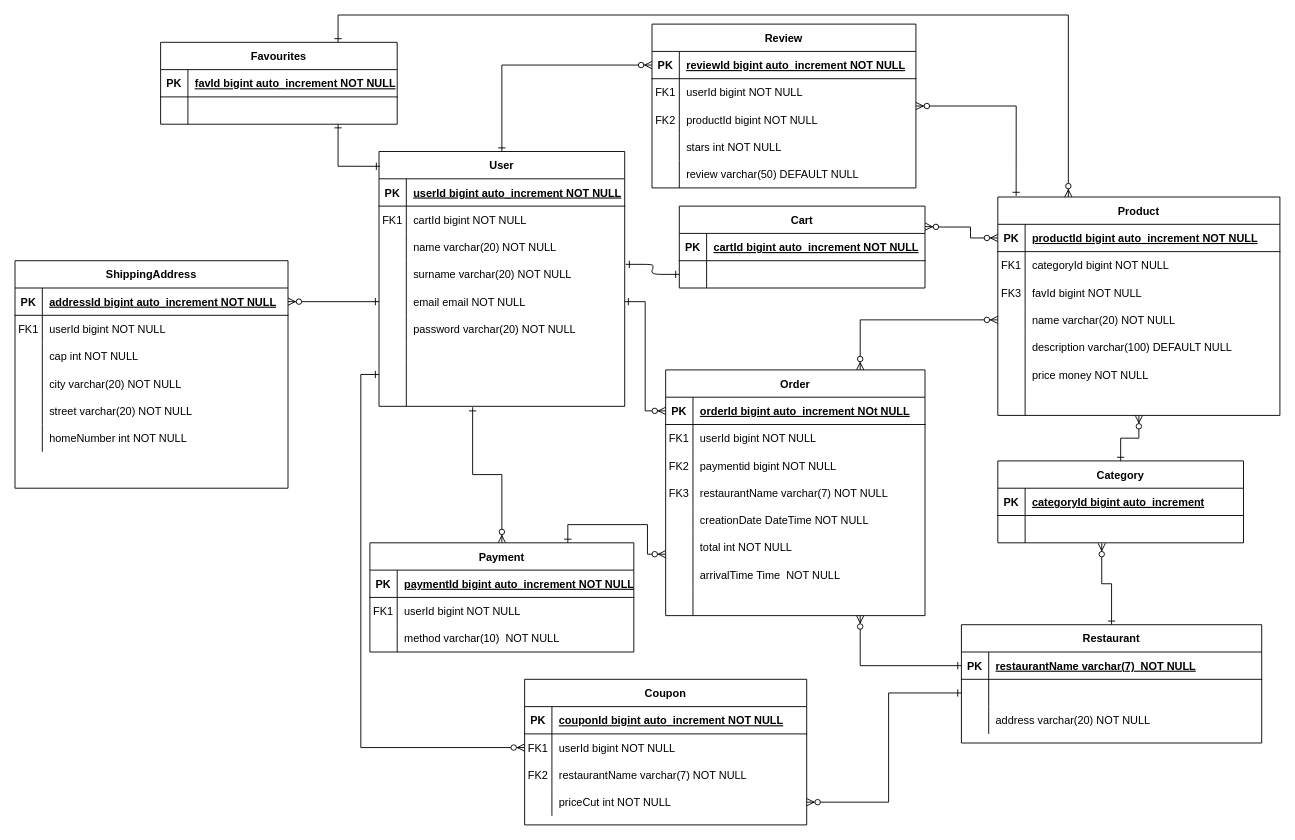
Above: documentazione/Diagrammi/Er.drawio in Flacaro/TasteIt (draw.io), before the change. Source tidied: cells renumbered, new cells numbered last; positions are measured from the earlier drawing's top-left corner, leaving out a move shared by most shapes. Both pictures are drawn from the tidied source at 91%, with x=0, y=0 at pixel (15, 15).
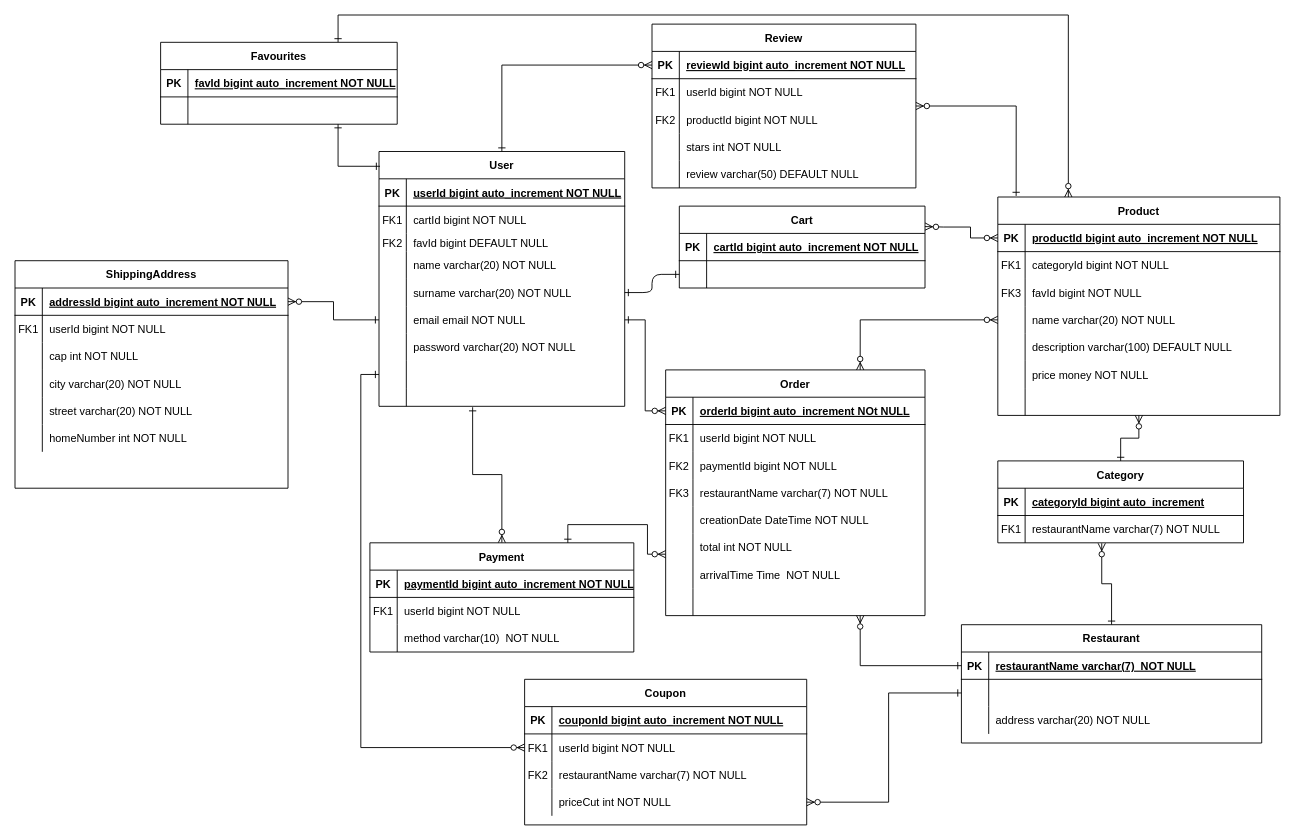
After the change.

The change refers to these unchanged cells:
```xml
<mxCell id="3" value="User" style="shape=table;startSize=30;childLayout=tableLayout;rowLines=0;fontStyle=1;align=center;" parent="1" vertex="1">
  <mxGeometry x="400" y="150" width="270" height="280" as="geometry" />
</mxCell>
<mxCell id="35" style="shape=partialRectangle;fillColor=none;points=[[0,0.5],[1,0.5]];portConstraint=eastwest;top=0;left=0;right=0;bottom=0;" parent="31" vertex="1">
  <mxGeometry y="60" width="270" height="30" as="geometry" />
</mxCell>
<mxCell id="58" style="shape=partialRectangle;fillColor=none;top=0;left=0;bottom=0;right=0;" parent="51" vertex="1">
  <mxGeometry y="90" width="285" height="30" as="geometry" />
</mxCell>
<mxCell id="107" style="shape=partialRectangle;fillColor=none;top=0;left=0;bottom=0;right=0;points=[[0,0.5],[1,0.5]];portConstraint=eastwest;" parent="103" vertex="1">
  <mxGeometry y="60" width="270" height="30" as="geometry" />
</mxCell>
```

Diff of the diagram source:
```diff
@@
-    <mxCell id="2" style="edgeStyle=entityRelationEdgeStyle;endArrow=ERone;startArrow=ERone;endFill=0;startFill=0;entryX=1.004;entryY=0.133;entryDx=0;entryDy=0;exitX=0;exitY=0.5;exitDx=0;exitDy=0;entryPerimeter=0;" parent="1" edge="1" source="35" target="13">
+    <mxCell id="2" style="edgeStyle=entityRelationEdgeStyle;endArrow=ERone;startArrow=ERone;endFill=0;startFill=0;entryX=1;entryY=0.5;entryDx=0;entryDy=0;exitX=0;exitY=0.5;exitDx=0;exitDy=0;" parent="1" edge="1" source="35" target="13">
       <mxGeometry relative="1" as="geometry" />
     </mxCell>
@@
+    <mxCell id="22" style="shape=partialRectangle;fillColor=none;top=0;left=0;right=0;bottom=0;" parent="3" vertex="1">
+      <mxGeometry y="90" width="270" height="20" as="geometry" />
+    </mxCell>
+    <mxCell id="23" value="FK2" style="shape=partialRectangle;overflow=hidden;fillColor=none;top=0;left=0;bottom=0;right=0;" parent="22" vertex="1">
+      <mxGeometry width="30" height="20" as="geometry" />
+    </mxCell>
+    <mxCell id="24" value="favId bigint DEFAULT NULL" style="shape=partialRectangle;overflow=hidden;fillColor=none;top=0;left=0;bottom=0;right=0;align=left;spacingLeft=6;" parent="22" vertex="1">
+      <mxGeometry x="30" width="240" height="20" as="geometry" />
+    </mxCell>
     <mxCell id="10" style="shape=partialRectangle;fillColor=none;top=0;left=0;right=0;bottom=0;" parent="3" vertex="1">
-      <mxGeometry y="90" width="270" height="30" as="geometry" />
+      <mxGeometry y="110" width="270" height="30" as="geometry" />
     </mxCell>
@@
     <mxCell id="13" style="shape=partialRectangle;fillColor=none;points=[[0,0.5],[1,0.5]];portConstraint=eastwest;top=0;left=0;right=0;bottom=0;" parent="3" vertex="1">
-      <mxGeometry y="120" width="270" height="30" as="geometry" />
+      <mxGeometry y="140" width="270" height="30" as="geometry" />
     </mxCell>
@@
     <mxCell id="16" style="shape=partialRectangle;fillColor=none;points=[[0,0.5],[1,0.5]];portConstraint=eastwest;top=0;left=0;right=0;bottom=0;" parent="3" vertex="1">
-      <mxGeometry y="150" width="270" height="30" as="geometry" />
+      <mxGeometry y="170" width="270" height="30" as="geometry" />
     </mxCell>
@@
     <mxCell id="19" style="shape=partialRectangle;fillColor=none;top=0;left=0;right=0;bottom=0;" parent="3" vertex="1">
-      <mxGeometry y="180" width="270" height="30" as="geometry" />
+      <mxGeometry y="200" width="270" height="30" as="geometry" />
     </mxCell>
@@
-    <mxCell id="22" style="shape=partialRectangle;fillColor=none;top=0;left=0;right=0;bottom=0;" parent="3" vertex="1">
-      <mxGeometry y="210" width="270" height="20" as="geometry" />
-    </mxCell>
-    <mxCell id="23" style="shape=partialRectangle;overflow=hidden;fillColor=none;top=0;left=0;bottom=0;right=0;" parent="22" vertex="1">
-      <mxGeometry width="30" height="20" as="geometry" />
-    </mxCell>
-    <mxCell id="24" style="shape=partialRectangle;overflow=hidden;fillColor=none;top=0;left=0;bottom=0;right=0;align=left;spacingLeft=6;" parent="22" vertex="1">
-      <mxGeometry x="30" width="240" height="20" as="geometry" />
-    </mxCell>
@@
-    <mxCell id="60" value="paymentid bigint NOT NULL" style="shape=partialRectangle;fillColor=none;top=0;left=0;bottom=0;right=0;align=left;spacingLeft=6;overflow=hidden;" parent="58" vertex="1">
+    <mxCell id="60" value="paymentId bigint NOT NULL" style="shape=partialRectangle;fillColor=none;top=0;left=0;bottom=0;right=0;align=left;spacingLeft=6;overflow=hidden;" parent="58" vertex="1">
       <mxGeometry x="30" width="255" height="30" as="geometry" />
     </mxCell>
@@
-    <mxCell id="108" style="shape=partialRectangle;fillColor=none;top=0;left=0;bottom=0;right=0;overflow=hidden;" parent="107" vertex="1">
+    <mxCell id="108" value="FK1" style="shape=partialRectangle;fillColor=none;top=0;left=0;bottom=0;right=0;overflow=hidden;" parent="107" vertex="1">
       <mxGeometry width="30" height="30" as="geometry" />
     </mxCell>
-    <mxCell id="109" style="shape=partialRectangle;fillColor=none;top=0;left=0;bottom=0;right=0;align=left;spacingLeft=6;overflow=hidden;" parent="107" vertex="1">
+    <mxCell id="109" value="restaurantName varchar(7) NOT NULL" style="shape=partialRectangle;fillColor=none;top=0;left=0;bottom=0;right=0;align=left;spacingLeft=6;overflow=hidden;" parent="107" vertex="1">
       <mxGeometry x="30" width="240" height="30" as="geometry" />
     </mxCell>
```
